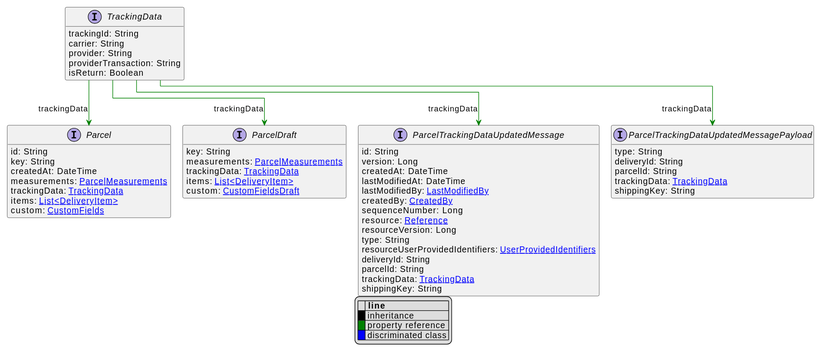
Above: uml/api/svg/TrackingData.svg in commercetools/commercetools-api-reference (PlantUML), before the change.
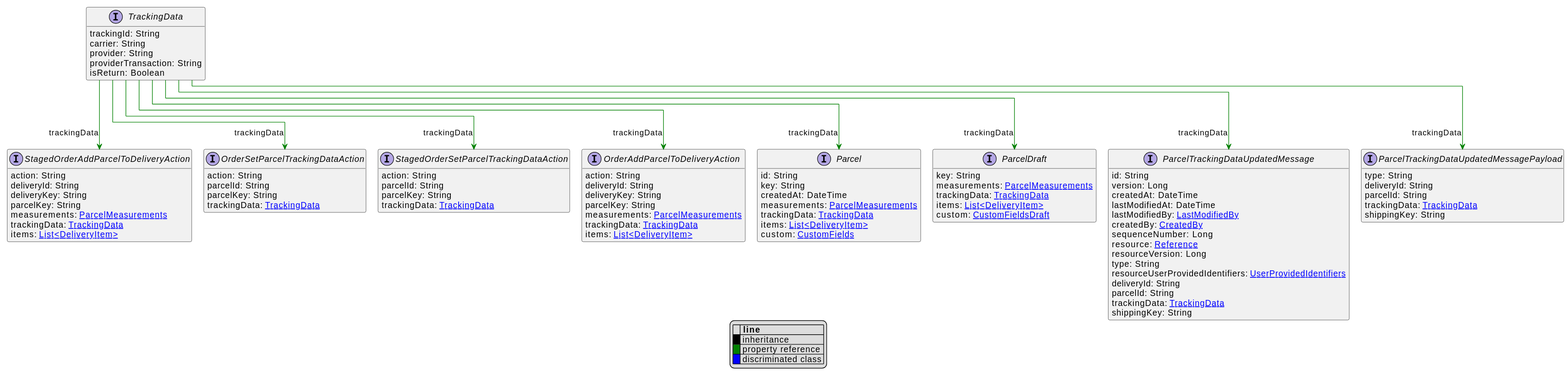
Later version of the same file.

Diff of the diagram source:
```diff
@@ -42,6 +42,21 @@
     trackingData: [[TrackingData.svg TrackingData]]
     shippingKey: String
 }
+interface StagedOrderAddParcelToDeliveryAction [[StagedOrderAddParcelToDeliveryAction.svg]]  {
+    action: String
+    deliveryId: String
+    deliveryKey: String
+    parcelKey: String
+    measurements: [[ParcelMeasurements.svg ParcelMeasurements]]
+    trackingData: [[TrackingData.svg TrackingData]]
+    items: [[DeliveryItem.svg List<DeliveryItem>]]
+}
+interface StagedOrderSetParcelTrackingDataAction [[StagedOrderSetParcelTrackingDataAction.svg]]  {
+    action: String
+    parcelId: String
+    parcelKey: String
+    trackingData: [[TrackingData.svg TrackingData]]
+}
 interface Parcel [[Parcel.svg]]  {
     id: String
     key: String
@@ -58,9 +73,28 @@
     items: [[DeliveryItem.svg List<DeliveryItem>]]
     custom: [[CustomFieldsDraft.svg CustomFieldsDraft]]
 }
+interface OrderAddParcelToDeliveryAction [[OrderAddParcelToDeliveryAction.svg]]  {
+    action: String
+    deliveryId: String
+    deliveryKey: String
+    parcelKey: String
+    measurements: [[ParcelMeasurements.svg ParcelMeasurements]]
+    trackingData: [[TrackingData.svg TrackingData]]
+    items: [[DeliveryItem.svg List<DeliveryItem>]]
+}
+interface OrderSetParcelTrackingDataAction [[OrderSetParcelTrackingDataAction.svg]]  {
+    action: String
+    parcelId: String
+    parcelKey: String
+    trackingData: [[TrackingData.svg TrackingData]]
+}
 
 TrackingData --> ParcelTrackingDataUpdatedMessage #green;text:green : "trackingData"
 TrackingData --> ParcelTrackingDataUpdatedMessagePayload #green;text:green : "trackingData"
+TrackingData --> StagedOrderAddParcelToDeliveryAction #green;text:green : "trackingData"
+TrackingData --> StagedOrderSetParcelTrackingDataAction #green;text:green : "trackingData"
 TrackingData --> Parcel #green;text:green : "trackingData"
 TrackingData --> ParcelDraft #green;text:green : "trackingData"
+TrackingData --> OrderAddParcelToDeliveryAction #green;text:green : "trackingData"
+TrackingData --> OrderSetParcelTrackingDataAction #green;text:green : "trackingData"
 @enduml
```
